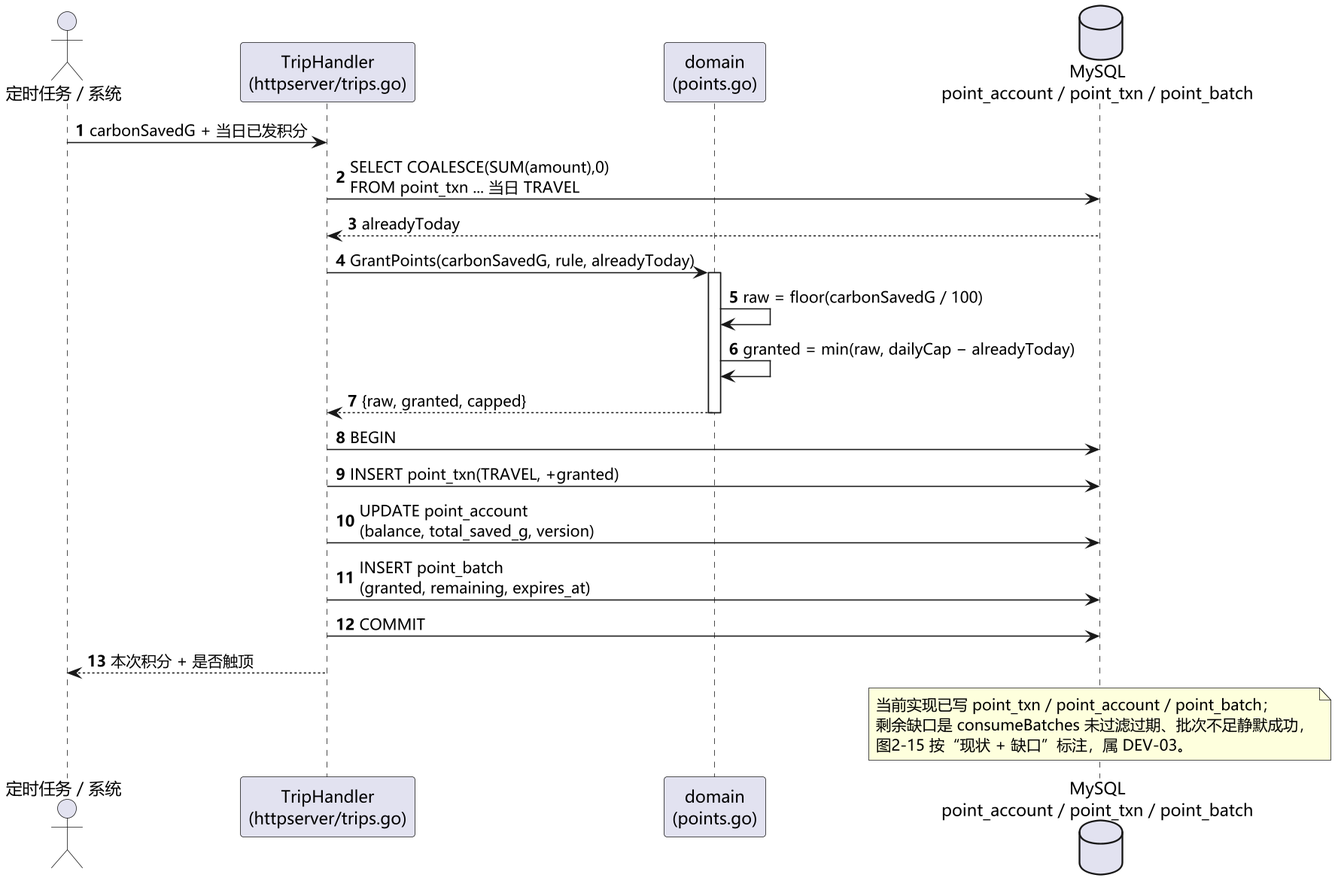
This is docs/uml/out/图2-6 序列图：核发碳积分（UC-05 用例实现）.png from chiyan11/green-travel-points, a PlantUML export, as it was before one commit.
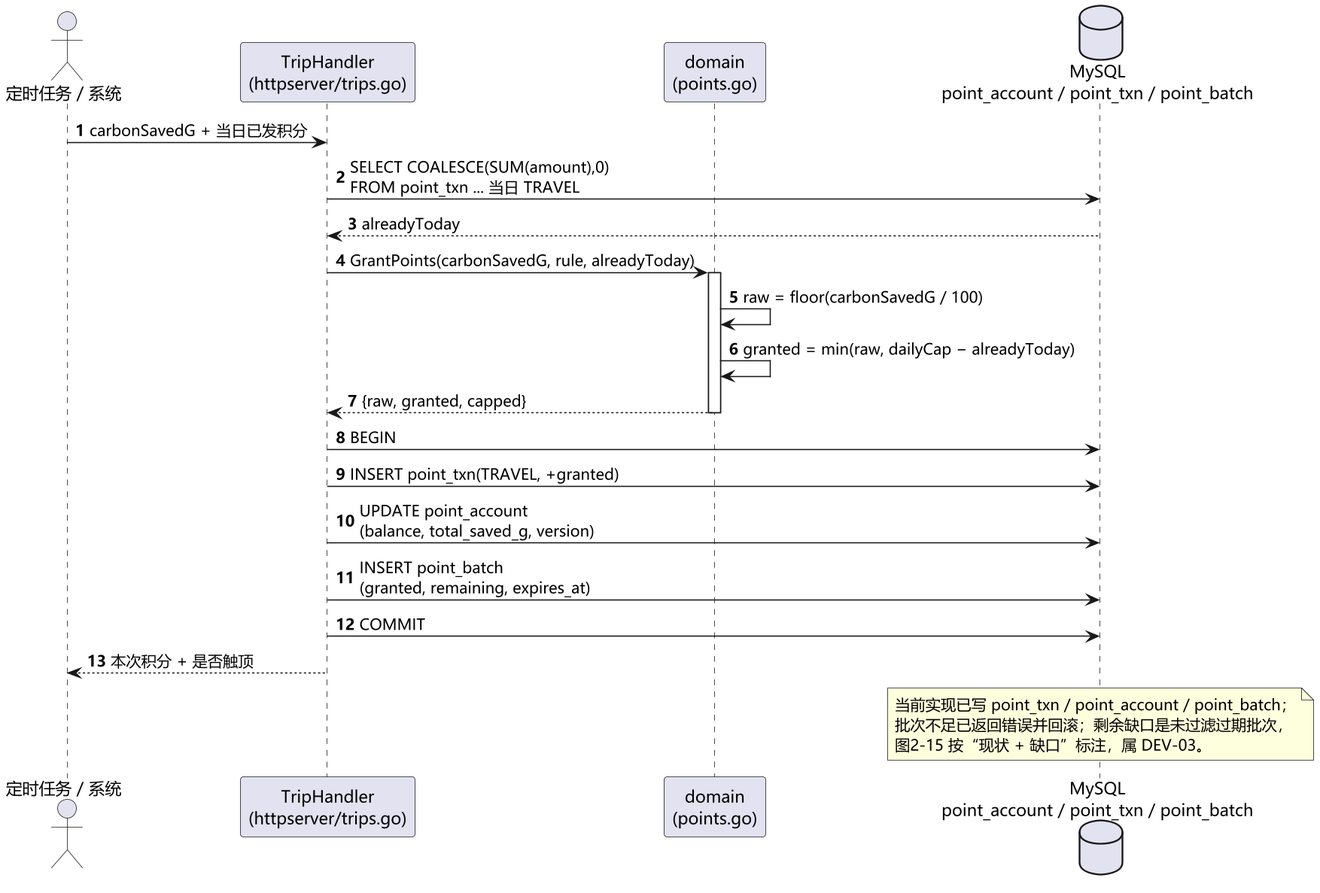
The same diagram one commit later.

What changed in the source:
```diff
@@ -1,4 +1,5 @@
 @startuml 图2-6 序列图：核发碳积分（UC-05 用例实现）
+!pragma layout smetana
 skinparam defaultFontName "Microsoft YaHei"
 skinparam dpi 150
 skinparam shadowing false
@@ -27,7 +28,7 @@
 
 note over DB
   当前实现已写 point_txn / point_account / point_batch；
-  剩余缺口是 consumeBatches 未过滤过期、批次不足静默成功，
+  批次不足已返回错误并回滚；剩余缺口是未过滤过期批次，
   图2-15 按“现状 + 缺口”标注，属 DEV-03。
 end note
 @enduml
```
